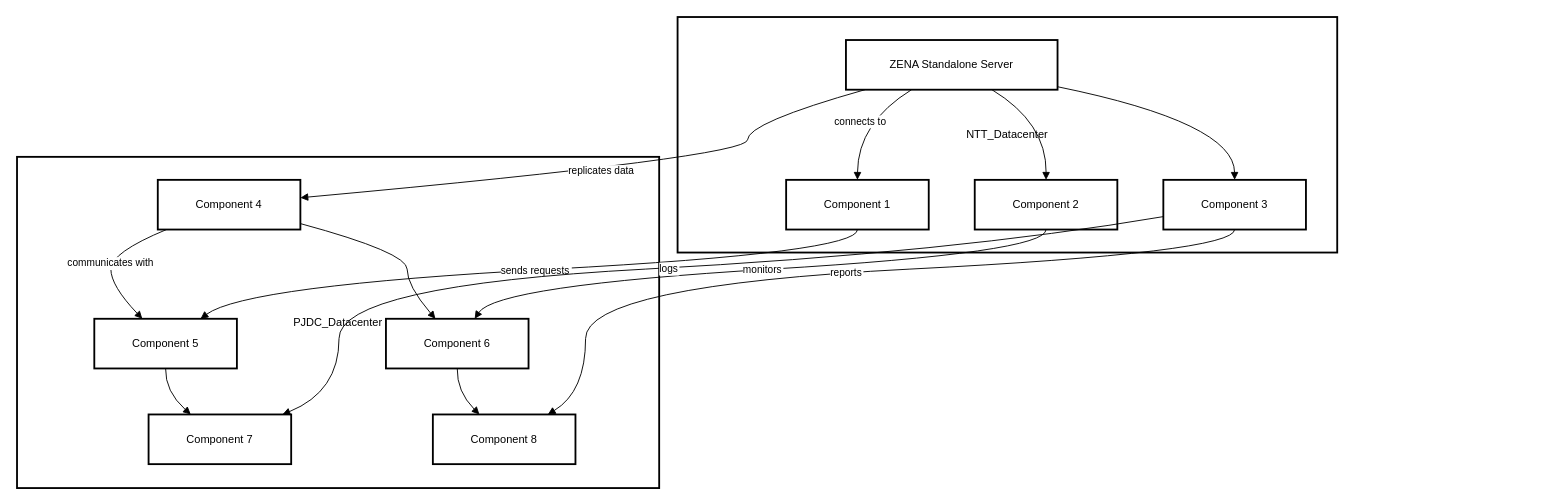
The draw.io diagram Untitled Diagram.drawio in nornikmanabdrahim/nornikmanabdrahim, before the edit. Source tidied: cells renumbered, new cells numbered last; positions are measured from the earlier drawing's top-left corner, leaving out a move shared by most shapes. Both pictures are drawn from the tidied source at 92%, with x=0, y=0 at pixel (17, 17).
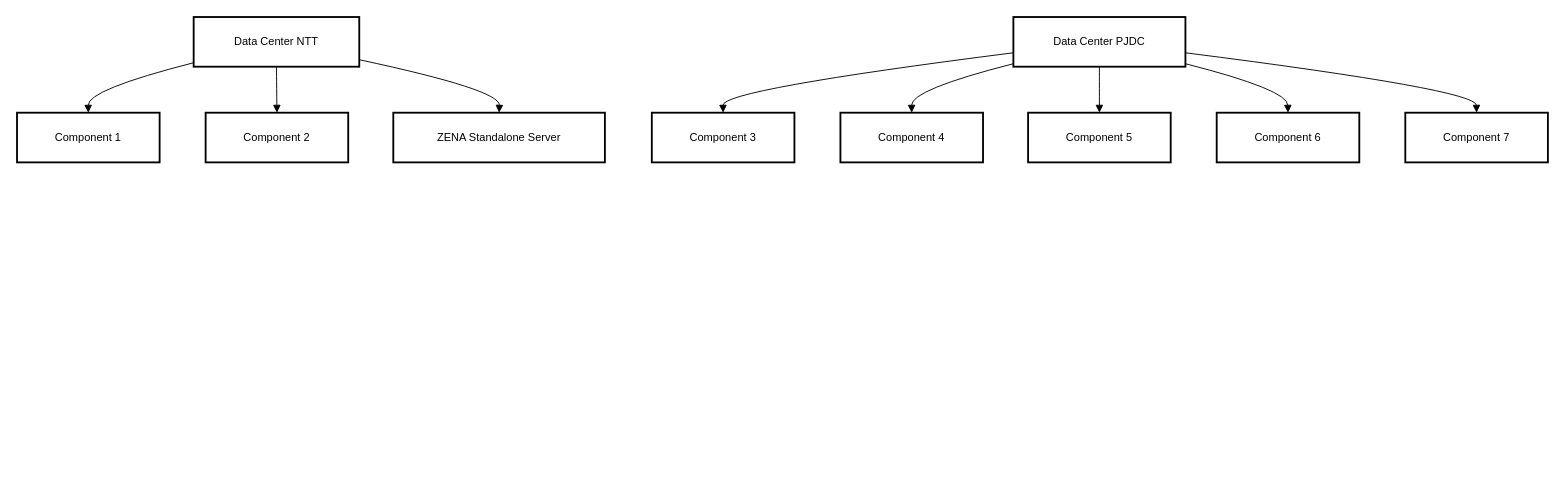
Above is the later version.

Change to the diagram source:
```diff
@@
-    <mxCell id="2" value="PJDC_Datacenter" style="whiteSpace=wrap;strokeWidth=2;" parent="1" vertex="1">
-      <mxGeometry y="152" width="698" height="360" as="geometry" />
+    <mxCell id="2" value="Data Center NTT" style="whiteSpace=wrap;strokeWidth=2;" parent="1" vertex="1">
+      <mxGeometry x="192" width="180" height="54" as="geometry" />
     </mxCell>
-    <mxCell id="3" value="NTT_Datacenter" style="whiteSpace=wrap;strokeWidth=2;" parent="1" vertex="1">
-      <mxGeometry x="718" width="717" height="256" as="geometry" />
+    <mxCell id="3" value="Component 1" style="whiteSpace=wrap;strokeWidth=2;" parent="1" vertex="1">
+      <mxGeometry y="104" width="155" height="54" as="geometry" />
     </mxCell>
-    <mxCell id="4" value="ZENA Standalone Server" style="whiteSpace=wrap;strokeWidth=2;" parent="1" vertex="1">
-      <mxGeometry x="901" y="25" width="230" height="54" as="geometry" />
+    <mxCell id="4" value="Component 2" style="whiteSpace=wrap;strokeWidth=2;" parent="1" vertex="1">
+      <mxGeometry x="205" y="104" width="155" height="54" as="geometry" />
     </mxCell>
-    <mxCell id="5" value="Component 1" style="whiteSpace=wrap;strokeWidth=2;" parent="1" vertex="1">
-      <mxGeometry x="836" y="177" width="155" height="54" as="geometry" />
+    <mxCell id="5" value="ZENA Standalone Server" style="whiteSpace=wrap;strokeWidth=2;" parent="1" vertex="1">
+      <mxGeometry x="409" y="104" width="230" height="54" as="geometry" />
     </mxCell>
-    <mxCell id="6" value="Component 2" style="whiteSpace=wrap;strokeWidth=2;" parent="1" vertex="1">
-      <mxGeometry x="1041" y="177" width="155" height="54" as="geometry" />
+    <mxCell id="6" value="Data Center PJDC" style="whiteSpace=wrap;strokeWidth=2;" parent="1" vertex="1">
+      <mxGeometry x="1083" width="187" height="54" as="geometry" />
     </mxCell>
     <mxCell id="7" value="Component 3" style="whiteSpace=wrap;strokeWidth=2;" parent="1" vertex="1">
-      <mxGeometry x="1246" y="177" width="155" height="54" as="geometry" />
+      <mxGeometry x="690" y="104" width="155" height="54" as="geometry" />
     </mxCell>
     <mxCell id="8" value="Component 4" style="whiteSpace=wrap;strokeWidth=2;" parent="1" vertex="1">
-      <mxGeometry x="153" y="177" width="155" height="54" as="geometry" />
+      <mxGeometry x="895" y="104" width="155" height="54" as="geometry" />
     </mxCell>
     <mxCell id="9" value="Component 5" style="whiteSpace=wrap;strokeWidth=2;" parent="1" vertex="1">
-      <mxGeometry x="84" y="328" width="155" height="54" as="geometry" />
+      <mxGeometry x="1099" y="104" width="155" height="54" as="geometry" />
     </mxCell>
     <mxCell id="10" value="Component 6" style="whiteSpace=wrap;strokeWidth=2;" parent="1" vertex="1">
-      <mxGeometry x="401" y="328" width="155" height="54" as="geometry" />
+      <mxGeometry x="1304" y="104" width="155" height="54" as="geometry" />
     </mxCell>
     <mxCell id="11" value="Component 7" style="whiteSpace=wrap;strokeWidth=2;" parent="1" vertex="1">
-      <mxGeometry x="143" y="432" width="155" height="54" as="geometry" />
+      <mxGeometry x="1509" y="104" width="155" height="54" as="geometry" />
     </mxCell>
-    <mxCell id="12" value="Component 8" style="whiteSpace=wrap;strokeWidth=2;" parent="1" vertex="1">
-      <mxGeometry x="452" y="432" width="155" height="54" as="geometry" />
+    <mxCell id="12" style="curved=1;startArrow=none;endArrow=block;exitX=0;exitY=0.92;entryX=0.5;entryY=0;" parent="1" edge="1" source="2" target="3">
+      <mxGeometry relative="1" as="geometry">
+        <Array as="points">
+          <mxPoint x="77" y="79" />
+        </Array>
+      </mxGeometry>
     </mxCell>
-    <mxCell id="13" value="connects to" style="curved=1;startArrow=none;endArrow=block;exitX=0.31;exitY=1;entryX=0.5;entryY=-0.01;" parent="1" edge="1" source="4" target="5">
-      <mxGeometry relative="1" as="geometry">
-        <Array as="points">
-          <mxPoint x="914" y="115" />
-        </Array>
-      </mxGeometry>
+    <mxCell id="13" style="curved=1;startArrow=none;endArrow=block;exitX=0.5;exitY=1;entryX=0.5;entryY=0;" parent="1" edge="1" source="2" target="4">
+      <mxGeometry relative="1" as="geometry" />
     </mxCell>
-    <mxCell id="14" style="curved=1;startArrow=none;endArrow=block;exitX=0.69;exitY=1;entryX=0.5;entryY=-0.01;" parent="1" edge="1" source="4" target="6">
+    <mxCell id="14" style="curved=1;startArrow=none;endArrow=block;exitX=1;exitY=0.86;entryX=0.5;entryY=0;" parent="1" edge="1" source="2" target="5">
       <mxGeometry relative="1" as="geometry">
         <Array as="points">
-          <mxPoint x="1119" y="115" />
+          <mxPoint x="525" y="79" />
         </Array>
       </mxGeometry>
     </mxCell>
-    <mxCell id="15" style="curved=1;startArrow=none;endArrow=block;exitX=1;exitY=0.94;entryX=0.5;entryY=-0.01;" parent="1" edge="1" source="4" target="7">
+    <mxCell id="15" style="curved=1;startArrow=none;endArrow=block;exitX=0;exitY=0.72;entryX=0.5;entryY=0;" parent="1" edge="1" source="6" target="7">
       <mxGeometry relative="1" as="geometry">
         <Array as="points">
-          <mxPoint x="1323" y="115" />
+          <mxPoint x="767" y="79" />
         </Array>
       </mxGeometry>
     </mxCell>
-    <mxCell id="16" value="communicates with" style="curved=1;startArrow=none;endArrow=block;exitX=0.07;exitY=0.99;entryX=0.34;entryY=0.01;" parent="1" edge="1" source="8" target="9">
+    <mxCell id="16" style="curved=1;startArrow=none;endArrow=block;exitX=0;exitY=0.94;entryX=0.5;entryY=0;" parent="1" edge="1" source="6" target="8">
       <mxGeometry relative="1" as="geometry">
         <Array as="points">
-          <mxPoint x="102" y="256" />
-          <mxPoint x="102" y="292" />
+          <mxPoint x="972" y="79" />
         </Array>
       </mxGeometry>
     </mxCell>
-    <mxCell id="17" style="curved=1;startArrow=none;endArrow=block;exitX=1;exitY=0.88;entryX=0.35;entryY=0.01;" parent="1" edge="1" source="8" target="10">
-      <mxGeometry relative="1" as="geometry">
-        <Array as="points">
-          <mxPoint x="424" y="256" />
-          <mxPoint x="424" y="292" />
-        </Array>
-      </mxGeometry>
+    <mxCell id="17" style="curved=1;startArrow=none;endArrow=block;exitX=0.5;exitY=1;entryX=0.5;entryY=0;" parent="1" edge="1" source="6" target="9">
+      <mxGeometry relative="1" as="geometry" />
     </mxCell>
-    <mxCell id="18" style="curved=1;startArrow=none;endArrow=block;exitX=0.5;exitY=1.01;entryX=0.3;entryY=0.01;" parent="1" edge="1" source="9" target="11">
+    <mxCell id="18" style="curved=1;startArrow=none;endArrow=block;exitX=1;exitY=0.94;entryX=0.5;entryY=0;" parent="1" edge="1" source="6" target="10">
       <mxGeometry relative="1" as="geometry">
         <Array as="points">
-          <mxPoint x="161" y="407" />
+          <mxPoint x="1381" y="79" />
         </Array>
       </mxGeometry>
     </mxCell>
-    <mxCell id="19" style="curved=1;startArrow=none;endArrow=block;exitX=0.5;exitY=1.01;entryX=0.33;entryY=0.01;" parent="1" edge="1" source="10" target="12">
+    <mxCell id="19" style="curved=1;startArrow=none;endArrow=block;exitX=1;exitY=0.72;entryX=0.5;entryY=0;" parent="1" edge="1" source="6" target="11">
       <mxGeometry relative="1" as="geometry">
         <Array as="points">
-          <mxPoint x="478" y="407" />
+          <mxPoint x="1586" y="79" />
         </Array>
       </mxGeometry>
     </mxCell>
-    <mxCell id="20" value="replicates data" style="curved=1;startArrow=none;endArrow=block;exitX=0.09;exitY=1;entryX=1;entryY=0.36;" parent="1" edge="1" source="4" target="8">
-      <mxGeometry relative="1" as="geometry">
-        <Array as="points">
-          <mxPoint x="794" y="115" />
-          <mxPoint x="794" y="152" />
-        </Array>
-      </mxGeometry>
-    </mxCell>
-    <mxCell id="21" value="sends requests" style="curved=1;startArrow=none;endArrow=block;exitX=0.5;exitY=0.99;entryX=0.74;entryY=0.01;" parent="1" edge="1" source="5" target="9">
-      <mxGeometry relative="1" as="geometry">
-        <Array as="points">
-          <mxPoint x="914" y="256" />
-          <mxPoint x="248" y="292" />
-        </Array>
-      </mxGeometry>
-    </mxCell>
-    <mxCell id="22" value="monitors" style="curved=1;startArrow=none;endArrow=block;exitX=0.5;exitY=0.99;entryX=0.62;entryY=0.01;" parent="1" edge="1" source="6" target="10">
-      <mxGeometry relative="1" as="geometry">
-        <Array as="points">
-          <mxPoint x="1119" y="256" />
-          <mxPoint x="521" y="292" />
-        </Array>
-      </mxGeometry>
-    </mxCell>
-    <mxCell id="23" value="logs" style="curved=1;startArrow=none;endArrow=block;exitX=0;exitY=0.74;entryX=0.93;entryY=0.01;" parent="1" edge="1" source="7" target="11">
-      <mxGeometry relative="1" as="geometry">
-        <Array as="points">
-          <mxPoint x="1016" y="256" />
-          <mxPoint x="350" y="292" />
-          <mxPoint x="350" y="407" />
-        </Array>
-      </mxGeometry>
-    </mxCell>
-    <mxCell id="24" value="reports" style="curved=1;startArrow=none;endArrow=block;exitX=0.5;exitY=0.99;entryX=0.8;entryY=0.01;" parent="1" edge="1" source="7" target="12">
-      <mxGeometry relative="1" as="geometry">
-        <Array as="points">
-          <mxPoint x="1323" y="256" />
-          <mxPoint x="618" y="292" />
-          <mxPoint x="618" y="407" />
-        </Array>
-      </mxGeometry>
-    </mxCell>
```
